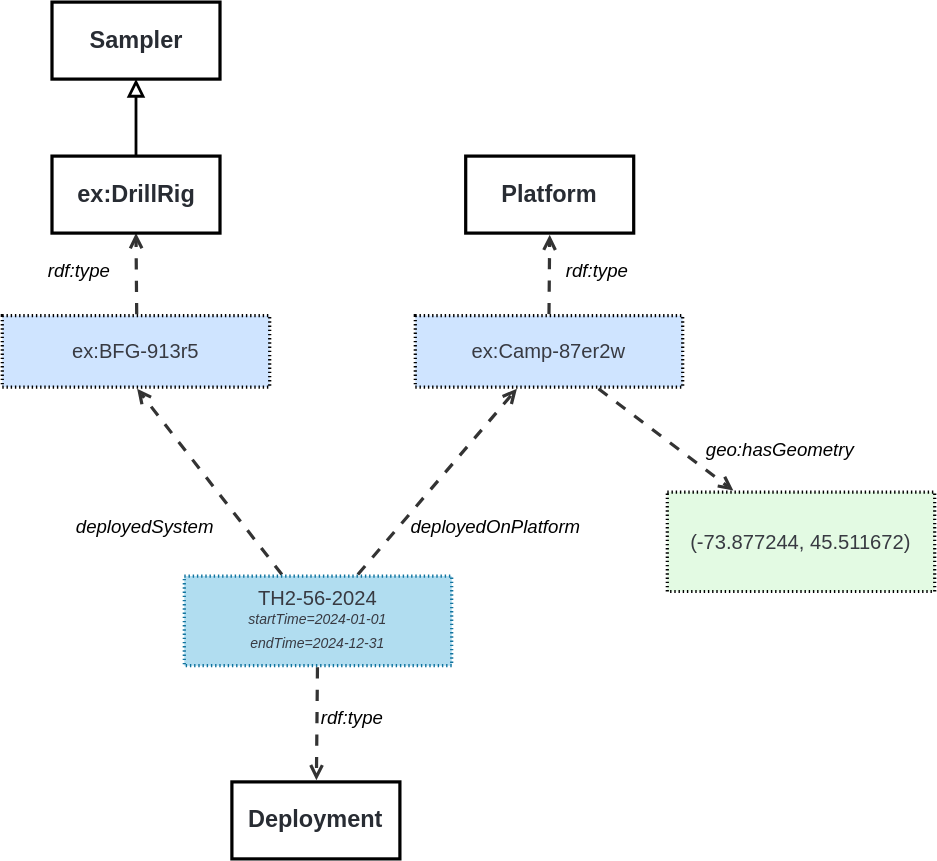
This is ssn/images/LocatedDeployment.svg from afeliachi/sdw-sosa-ssn, a draw.io export, as it was before one commit. Source tidied: cells renumbered, new cells last; positions are measured from the earlier drawing's top-left corner, leaving out a move shared by most shapes.
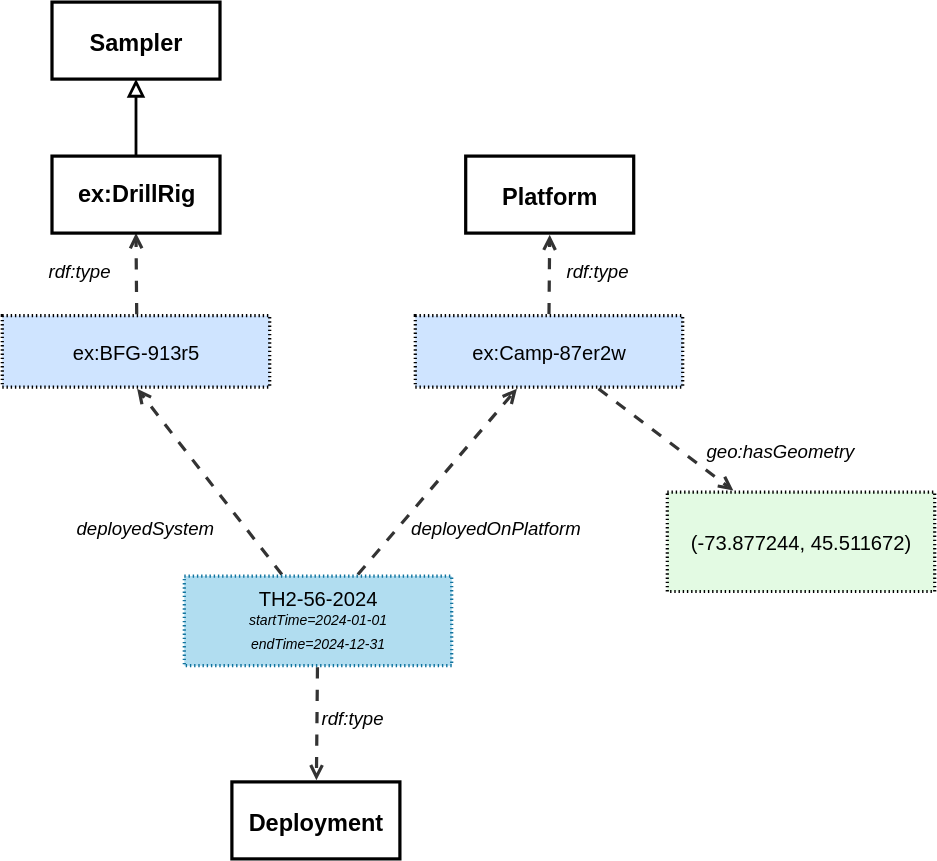
The same file after the commit.

The edit, as a diff of the source:
```diff
@@ -2,71 +2,71 @@
   <root>
     <mxCell id="0" />
     <mxCell id="1" parent="0" />
-    <mxCell id="2" style="html=1;jettySize=18;whiteSpace=wrap;fontSize=13;strokeColor=#333333;strokeOpacity=100;dashed=1;fixDash=1;dashPattern=8 8;strokeWidth=2.3;rounded=0;startArrow=none;endArrow=open;exitX=0.365;exitY=-0.018;exitPerimeter=0;entryX=0.609;entryY=1.022;entryPerimeter=0;lucidId=sctLujutS-8.;" parent="1" edge="1" source="5">
+    <mxCell id="2" style="html=1;jettySize=18;whiteSpace=wrap;fontSize=13;strokeColor=#333333;strokeOpacity=100;dashed=1;fixDash=1;dashPattern=8 8;strokeWidth=2.3;rounded=0;startArrow=none;endArrow=open;exitX=0.365;exitY=-0.018;exitPerimeter=0;entryX=0.609;entryY=1.022;entryPerimeter=0;lucidId=sctLujutS-8.;fontColor=default;convertToSvg=1;fontFamily=Helvetica;" parent="1" edge="1" source="5">
       <mxGeometry relative="1" as="geometry">
         <mxPoint x="96.3" y="276.1" as="targetPoint" />
       </mxGeometry>
     </mxCell>
-    <mxCell id="3" style="html=1;jettySize=18;whiteSpace=wrap;fontSize=13;strokeColor=#333333;strokeOpacity=100;dashed=1;fixDash=1;dashPattern=8 8;strokeWidth=2.3;rounded=0;startArrow=none;endArrow=open;exitX=0.649;exitY=-0.018;exitPerimeter=0;entryX=0.38;entryY=1.022;entryPerimeter=0;lucidId=sctLJVu9iMUp;" parent="1" edge="1" source="5" target="4">
+    <mxCell id="3" style="html=1;jettySize=18;whiteSpace=wrap;fontSize=13;strokeColor=#333333;strokeOpacity=100;dashed=1;fixDash=1;dashPattern=8 8;strokeWidth=2.3;rounded=0;startArrow=none;endArrow=open;exitX=0.649;exitY=-0.018;exitPerimeter=0;entryX=0.38;entryY=1.022;entryPerimeter=0;lucidId=sctLJVu9iMUp;fontColor=default;convertToSvg=1;fontFamily=Helvetica;" parent="1" edge="1" source="5" target="4">
       <mxGeometry relative="1" as="geometry" />
     </mxCell>
-    <mxCell id="4" value="&lt;span style=&quot;font-family: Helvetica;&quot;&gt;ex:Camp-87er2w&lt;/span&gt;" style="html=1;overflow=block;blockSpacing=1;whiteSpace=wrap;fontSize=14.4;fontFamily=DejaVu Sans Mono;fontColor=#383a42;align=center;spacing=0;strokeOpacity=100;fillOpacity=100;fillColor=#cfe4ff;dashed=1;fixDash=1;dashPattern=1 2;strokeWidth=2.3;" parent="1" vertex="1">
+    <mxCell id="4" value="&lt;span style=&quot;&quot;&gt;ex:Camp-87er2w&lt;/span&gt;" style="html=1;overflow=block;blockSpacing=1;whiteSpace=wrap;fontSize=14.4;fontFamily=Helvetica;fontColor=default;align=center;spacing=0;strokeOpacity=100;fillOpacity=100;fillColor=#cfe4ff;dashed=1;fixDash=1;dashPattern=1 2;strokeWidth=2.3;convertToSvg=1;" parent="1" vertex="1">
       <mxGeometry x="295" y="224" width="191" height="51" as="geometry" />
     </mxCell>
-    <mxCell id="5" value="&lt;div style=&quot;display: flex; justify-content: center; text-align: center; align-items: baseline; font-size: 0; line-height: 1.25;margin-top: -2px;&quot;&gt;&lt;span&gt;&lt;span style=&quot;font-size: 14.4px; color: rgb(56, 58, 66);&quot;&gt;&lt;font face=&quot;Helvetica&quot;&gt;TH2-56-2024&lt;br&gt;&lt;/font&gt;&lt;/span&gt;&lt;/span&gt;&lt;/div&gt;&lt;div style=&quot;display: flex; justify-content: center; text-align: center; align-items: baseline; font-size: 0; line-height: 1.25;margin-top: -2px;&quot;&gt;&lt;span&gt;&lt;span style=&quot;font-size: 13px; color: rgb(56, 58, 66);&quot;&gt;&lt;span style=&quot;font-size: 10px; color: rgb(56, 58, 66); font-style: italic;&quot;&gt;&lt;font face=&quot;Helvetica&quot;&gt;startTime=2024-01-01&lt;br&gt;endTime=2024-12-31&lt;/font&gt;&lt;/span&gt;&lt;/span&gt;&lt;/span&gt;&lt;/div&gt;" style="align=center;whiteSpace=wrap;overflow=block;blockSpacing=1;html=1;fontFamily=DejaVu Sans Mono;fontSize=13;spacing=0;strokeOpacity=100;fillOpacity=100;fillColor=#b1ddf0;dashed=1;fixDash=1;dashPattern=1 2;strokeWidth=2.3;strokeColor=#10739e;" parent="1" vertex="1">
+    <mxCell id="5" value="&lt;div style=&quot;display: flex; justify-content: center; text-align: center; align-items: baseline; font-size: 0; line-height: 1.25;margin-top: -2px;&quot;&gt;&lt;span&gt;&lt;span style=&quot;font-size: 14.4px;&quot;&gt;&lt;font&gt;TH2-56-2024&lt;br&gt;&lt;/font&gt;&lt;/span&gt;&lt;/span&gt;&lt;/div&gt;&lt;div style=&quot;display: flex; justify-content: center; text-align: center; align-items: baseline; font-size: 0; line-height: 1.25;margin-top: -2px;&quot;&gt;&lt;span&gt;&lt;span style=&quot;font-size: 13px;&quot;&gt;&lt;span style=&quot;font-size: 10px; font-style: italic;&quot;&gt;&lt;font&gt;startTime=2024-01-01&lt;br&gt;endTime=2024-12-31&lt;/font&gt;&lt;/span&gt;&lt;/span&gt;&lt;/span&gt;&lt;/div&gt;" style="align=center;whiteSpace=wrap;overflow=block;blockSpacing=1;html=1;fontFamily=Helvetica;fontSize=13;spacing=0;strokeOpacity=100;fillOpacity=100;fillColor=#b1ddf0;dashed=1;fixDash=1;dashPattern=1 2;strokeWidth=2.3;strokeColor=#10739e;fontColor=default;convertToSvg=1;" parent="1" vertex="1">
       <mxGeometry x="130" y="410" width="191" height="64" as="geometry" />
     </mxCell>
-    <mxCell id="6" value="Platform" style="html=1;overflow=block;blockSpacing=1;whiteSpace=wrap;fontSize=16.8;fontColor=#282c33;fontStyle=1;align=center;spacing=0;strokeOpacity=100;fillOpacity=0;fillColor=#000000;strokeWidth=2.3;" parent="1" vertex="1">
+    <mxCell id="6" value="Platform" style="html=1;overflow=block;blockSpacing=1;whiteSpace=wrap;fontSize=16.8;fontColor=default;fontStyle=1;align=center;spacing=0;strokeOpacity=100;fillOpacity=0;fillColor=#000000;strokeWidth=2.3;convertToSvg=1;fontFamily=Helvetica;" parent="1" vertex="1">
       <mxGeometry x="331" y="110" width="120" height="55" as="geometry" />
     </mxCell>
-    <mxCell id="7" value="Deployment" style="html=1;overflow=block;blockSpacing=1;whiteSpace=wrap;fontSize=16.8;fontColor=#282c33;fontStyle=1;align=center;spacing=0;strokeOpacity=100;fillOpacity=0;fillColor=#000000;strokeWidth=2.3;" parent="1" vertex="1">
+    <mxCell id="7" value="Deployment" style="html=1;overflow=block;blockSpacing=1;whiteSpace=wrap;fontSize=16.8;fontColor=default;fontStyle=1;align=center;spacing=0;strokeOpacity=100;fillOpacity=0;fillColor=#000000;strokeWidth=2.3;convertToSvg=1;fontFamily=Helvetica;" parent="1" vertex="1">
       <mxGeometry x="164" y="557" width="120" height="55" as="geometry" />
     </mxCell>
-    <mxCell id="8" value="deployedSystem" style="html=1;overflow=block;blockSpacing=1;whiteSpace=wrap;fontSize=13.3;fontStyle=2;align=left;spacing=3.8;verticalAlign=top;strokeColor=none;fillOpacity=0;fillColor=#ffffff;dashed=1;fixDash=1;dashPattern=16 6;strokeWidth=0;lucidId=kStLkB8U_8pj;" parent="1" vertex="1">
+    <mxCell id="8" value="deployedSystem" style="html=1;overflow=block;blockSpacing=1;whiteSpace=wrap;fontSize=13.3;fontStyle=2;align=left;spacing=3.8;verticalAlign=top;strokeColor=none;fillOpacity=0;fillColor=#ffffff;dashed=1;fixDash=1;dashPattern=16 6;strokeWidth=0;lucidId=kStLkB8U_8pj;fontColor=default;convertToSvg=1;fontFamily=Helvetica;" parent="1" vertex="1">
       <mxGeometry x="50" y="365" width="186" height="24" as="geometry" />
     </mxCell>
-    <mxCell id="9" value="deployedOnPlatform" style="html=1;overflow=block;blockSpacing=1;whiteSpace=wrap;fontSize=13.3;fontStyle=2;align=left;spacing=3.8;verticalAlign=top;strokeColor=none;fillOpacity=0;fillColor=#ffffff;dashed=1;fixDash=1;dashPattern=16 6;strokeWidth=0;lucidId=YStLV_qkxyaw;" parent="1" vertex="1">
+    <mxCell id="9" value="deployedOnPlatform" style="html=1;overflow=block;blockSpacing=1;whiteSpace=wrap;fontSize=13.3;fontStyle=2;align=left;spacing=3.8;verticalAlign=top;strokeColor=none;fillOpacity=0;fillColor=#ffffff;dashed=1;fixDash=1;dashPattern=16 6;strokeWidth=0;lucidId=YStLV_qkxyaw;fontColor=default;convertToSvg=1;fontFamily=Helvetica;" parent="1" vertex="1">
       <mxGeometry x="289" y="365" width="186" height="24" as="geometry" />
     </mxCell>
-    <mxCell id="10" style="html=1;jettySize=18;whiteSpace=wrap;fontSize=13;strokeColor=#333333;strokeOpacity=100;dashed=1;fixDash=1;dashPattern=8 8;strokeWidth=2.3;rounded=0;startArrow=none;endArrow=open;exitX=0.498;exitY=1.018;exitPerimeter=0;entryX=0.503;entryY=-0.021;entryPerimeter=0;lucidId=oTtLk.k-bgJs;" parent="1" edge="1" source="5" target="7">
+    <mxCell id="10" style="html=1;jettySize=18;whiteSpace=wrap;fontSize=13;strokeColor=#333333;strokeOpacity=100;dashed=1;fixDash=1;dashPattern=8 8;strokeWidth=2.3;rounded=0;startArrow=none;endArrow=open;exitX=0.498;exitY=1.018;exitPerimeter=0;entryX=0.503;entryY=-0.021;entryPerimeter=0;lucidId=oTtLk.k-bgJs;fontColor=default;convertToSvg=1;fontFamily=Helvetica;" parent="1" edge="1" source="5" target="7">
       <mxGeometry relative="1" as="geometry" />
     </mxCell>
-    <mxCell id="11" value="rdf:type" style="html=1;overflow=block;blockSpacing=1;whiteSpace=wrap;fontSize=13.3;fontStyle=2;align=left;spacing=3.8;verticalAlign=top;strokeColor=none;fillOpacity=0;fillColor=#ffffff;dashed=1;fixDash=1;dashPattern=16 6;strokeWidth=0;lucidId=PTtLEa9msLEy;" parent="1" vertex="1">
+    <mxCell id="11" value="rdf:type" style="html=1;overflow=block;blockSpacing=1;whiteSpace=wrap;fontSize=13.3;fontStyle=2;align=left;spacing=3.8;verticalAlign=top;strokeColor=none;fillOpacity=0;fillColor=#ffffff;dashed=1;fixDash=1;dashPattern=16 6;strokeWidth=0;lucidId=PTtLEa9msLEy;fontColor=default;convertToSvg=1;fontFamily=Helvetica;" parent="1" vertex="1">
       <mxGeometry x="400" y="182" width="70" height="28" as="geometry" />
     </mxCell>
-    <mxCell id="12" style="html=1;jettySize=18;whiteSpace=wrap;fontSize=13;strokeColor=#333333;strokeOpacity=100;dashed=1;fixDash=1;dashPattern=8 8;strokeWidth=2.3;rounded=0;startArrow=none;endArrow=open;exitX=0.5;exitY=-0.022;exitPerimeter=0;entryX=0.5;entryY=1.021;entryPerimeter=0;lucidId=-TtLfdlv07Q4;" parent="1" edge="1" source="4" target="6">
+    <mxCell id="12" style="html=1;jettySize=18;whiteSpace=wrap;fontSize=13;strokeColor=#333333;strokeOpacity=100;dashed=1;fixDash=1;dashPattern=8 8;strokeWidth=2.3;rounded=0;startArrow=none;endArrow=open;exitX=0.5;exitY=-0.022;exitPerimeter=0;entryX=0.5;entryY=1.021;entryPerimeter=0;lucidId=-TtLfdlv07Q4;fontColor=default;convertToSvg=1;fontFamily=Helvetica;" parent="1" edge="1" source="4" target="6">
       <mxGeometry relative="1" as="geometry" />
     </mxCell>
-    <mxCell id="13" value="rdf:type" style="html=1;overflow=block;blockSpacing=1;whiteSpace=wrap;fontSize=13.3;fontStyle=2;align=left;spacing=3.8;verticalAlign=top;strokeColor=none;fillOpacity=0;fillColor=#ffffff;dashed=1;fixDash=1;dashPattern=16 6;strokeWidth=0;lucidId=IUtLrM7hSAFz;" parent="1" vertex="1">
+    <mxCell id="13" value="rdf:type" style="html=1;overflow=block;blockSpacing=1;whiteSpace=wrap;fontSize=13.3;fontStyle=2;align=left;spacing=3.8;verticalAlign=top;strokeColor=none;fillOpacity=0;fillColor=#ffffff;dashed=1;fixDash=1;dashPattern=16 6;strokeWidth=0;lucidId=IUtLrM7hSAFz;fontColor=default;convertToSvg=1;fontFamily=Helvetica;" parent="1" vertex="1">
       <mxGeometry x="225" y="501" width="70" height="28" as="geometry" />
     </mxCell>
-    <mxCell id="14" value="&lt;font face=&quot;Helvetica&quot;&gt;(-73.877244, 45.511672)&lt;/font&gt;" style="points=[[0.247,-0.016,0]];html=1;overflow=block;blockSpacing=1;whiteSpace=wrap;fontSize=14.4;fontFamily=DejaVu Sans Mono;fontColor=#383a42;align=center;spacing=0;strokeOpacity=100;fillOpacity=100;fillColor=#e3fae3;dashed=1;fixDash=1;dashPattern=1 2;strokeWidth=2.3;" parent="1" vertex="1">
+    <mxCell id="14" value="&lt;font&gt;(-73.877244, 45.511672)&lt;/font&gt;" style="points=[[0.247,-0.016,0]];html=1;overflow=block;blockSpacing=1;whiteSpace=wrap;fontSize=14.4;fontFamily=Helvetica;fontColor=default;align=center;spacing=0;strokeOpacity=100;fillOpacity=100;fillColor=#e3fae3;dashed=1;fixDash=1;dashPattern=1 2;strokeWidth=2.3;convertToSvg=1;" parent="1" vertex="1">
       <mxGeometry x="475" y="350" width="191" height="71" as="geometry" />
     </mxCell>
-    <mxCell id="15" style="html=1;jettySize=18;whiteSpace=wrap;fontSize=13;strokeColor=#333333;strokeOpacity=100;dashed=1;fixDash=1;dashPattern=8 8;strokeWidth=2.3;rounded=0;startArrow=none;endArrow=open;exitX=0.685;exitY=1.022;exitPerimeter=0;entryX=0.247;entryY=-0.016;entryPerimeter=0;lucidId=ZYtLhyIyaS8z;" parent="1" edge="1" source="4" target="14">
+    <mxCell id="15" style="html=1;jettySize=18;whiteSpace=wrap;fontSize=13;strokeColor=#333333;strokeOpacity=100;dashed=1;fixDash=1;dashPattern=8 8;strokeWidth=2.3;rounded=0;startArrow=none;endArrow=open;exitX=0.685;exitY=1.022;exitPerimeter=0;entryX=0.247;entryY=-0.016;entryPerimeter=0;lucidId=ZYtLhyIyaS8z;fontColor=default;convertToSvg=1;fontFamily=Helvetica;" parent="1" edge="1" source="4" target="14">
       <mxGeometry relative="1" as="geometry" />
     </mxCell>
-    <mxCell id="16" value="geo:hasGeometry" style="html=1;overflow=block;blockSpacing=1;whiteSpace=wrap;fontSize=13.3;fontStyle=2;align=left;spacing=3.8;verticalAlign=top;strokeColor=none;fillOpacity=0;fillColor=#ffffff;dashed=1;fixDash=1;dashPattern=16 6;strokeWidth=0;lucidId=.YtLANzjclbX;" parent="1" vertex="1">
+    <mxCell id="16" value="geo:hasGeometry" style="html=1;overflow=block;blockSpacing=1;whiteSpace=wrap;fontSize=13.3;fontStyle=2;align=left;spacing=3.8;verticalAlign=top;strokeColor=none;fillOpacity=0;fillColor=#ffffff;dashed=1;fixDash=1;dashPattern=16 6;strokeWidth=0;lucidId=.YtLANzjclbX;fontColor=default;convertToSvg=1;fontFamily=Helvetica;" parent="1" vertex="1">
       <mxGeometry x="500" y="310" width="101" height="24" as="geometry" />
     </mxCell>
-    <mxCell id="17" value="&lt;font face=&quot;Helvetica&quot;&gt;ex:BFG-913r5&lt;/font&gt;" style="html=1;overflow=block;blockSpacing=1;whiteSpace=wrap;fontSize=14.4;fontFamily=DejaVu Sans Mono;fontColor=#383a42;align=center;spacing=0;strokeOpacity=100;fillOpacity=100;fillColor=#cfe4ff;dashed=1;fixDash=1;dashPattern=1 2;strokeWidth=2.3;" parent="1" vertex="1">
+    <mxCell id="17" value="&lt;font&gt;ex:BFG-913r5&lt;/font&gt;" style="html=1;overflow=block;blockSpacing=1;whiteSpace=wrap;fontSize=14.4;fontFamily=Helvetica;fontColor=default;align=center;spacing=0;strokeOpacity=100;fillOpacity=100;fillColor=#cfe4ff;dashed=1;fixDash=1;dashPattern=1 2;strokeWidth=2.3;convertToSvg=1;" parent="1" vertex="1">
       <mxGeometry y="224" width="191" height="51" as="geometry" />
     </mxCell>
-    <mxCell id="18" value="Sampler" style="html=1;overflow=block;blockSpacing=1;whiteSpace=wrap;fontSize=16.8;fontColor=#282c33;fontStyle=1;align=center;spacing=0;strokeOpacity=100;fillOpacity=0;fillColor=#000000;strokeWidth=2.3;" parent="1" vertex="1">
+    <mxCell id="18" value="Sampler" style="html=1;overflow=block;blockSpacing=1;whiteSpace=wrap;fontSize=16.8;fontColor=default;fontStyle=1;align=center;spacing=0;strokeOpacity=100;fillOpacity=0;fillColor=#000000;strokeWidth=2.3;convertToSvg=1;fontFamily=Helvetica;" parent="1" vertex="1">
       <mxGeometry x="35.5" width="120" height="55" as="geometry" />
     </mxCell>
-    <mxCell id="19" value="rdf:type" style="html=1;overflow=block;blockSpacing=1;whiteSpace=wrap;fontSize=13.3;fontStyle=2;align=left;spacing=3.8;verticalAlign=top;strokeColor=none;fillOpacity=0;fillColor=#ffffff;dashed=1;fixDash=1;dashPattern=16 6;strokeWidth=0;lucidId=0ZtLoD1I2n68;" parent="1" vertex="1">
+    <mxCell id="19" value="rdf:type" style="html=1;overflow=block;blockSpacing=1;whiteSpace=wrap;fontSize=13.3;fontStyle=2;align=left;spacing=3.8;verticalAlign=top;strokeColor=none;fillOpacity=0;fillColor=#ffffff;dashed=1;fixDash=1;dashPattern=16 6;strokeWidth=0;lucidId=0ZtLoD1I2n68;fontColor=default;convertToSvg=1;fontFamily=Helvetica;" parent="1" vertex="1">
       <mxGeometry x="30" y="182" width="70" height="28" as="geometry" />
     </mxCell>
-    <mxCell id="20" style="html=1;jettySize=18;whiteSpace=wrap;fontSize=13;strokeColor=#333333;strokeOpacity=100;dashed=1;fixDash=1;dashPattern=8 8;strokeWidth=2.3;rounded=0;startArrow=none;endArrow=open;entryX=0.5;entryY=1;lucidId=0ZtLjH5MFli1;entryDx=0;entryDy=0;" parent="1" edge="1" target="22">
+    <mxCell id="20" style="html=1;jettySize=18;whiteSpace=wrap;fontSize=13;strokeColor=#333333;strokeOpacity=100;dashed=1;fixDash=1;dashPattern=8 8;strokeWidth=2.3;rounded=0;startArrow=none;endArrow=open;entryX=0.5;entryY=1;lucidId=0ZtLjH5MFli1;entryDx=0;entryDy=0;fontColor=default;convertToSvg=1;fontFamily=Helvetica;" parent="1" edge="1" target="22">
       <mxGeometry relative="1" as="geometry">
         <mxPoint x="96" y="223" as="sourcePoint" />
       </mxGeometry>
     </mxCell>
-    <mxCell id="21" style="edgeStyle=orthogonalEdgeStyle;rounded=0;jettySize=auto;html=1;exitX=0.5;exitY=0;exitDx=0;exitDy=0;endArrow=block;endFill=0;strokeWidth=2;endSize=8;" parent="1" edge="1" source="22" target="18">
+    <mxCell id="21" style="edgeStyle=orthogonalEdgeStyle;rounded=0;jettySize=auto;html=1;exitX=0.5;exitY=0;exitDx=0;exitDy=0;endArrow=block;endFill=0;strokeWidth=2;endSize=8;fontColor=default;convertToSvg=1;fontFamily=Helvetica;" parent="1" edge="1" source="22" target="18">
       <mxGeometry relative="1" as="geometry" />
     </mxCell>
-    <mxCell id="22" value="ex:&lt;span style=&quot;background-color: transparent; color: light-dark(rgb(40, 44, 51), rgb(196, 200, 206));&quot;&gt;DrillRig&lt;/span&gt;" style="html=1;overflow=block;blockSpacing=1;whiteSpace=wrap;fontSize=16.8;fontColor=#282c33;fontStyle=1;align=center;spacing=0;strokeOpacity=100;fillOpacity=0;fillColor=#000000;strokeWidth=2.3;" parent="1" vertex="1">
+    <mxCell id="22" value="ex:&lt;span style=&quot;background-color: transparent;&quot;&gt;DrillRig&lt;/span&gt;" style="html=1;overflow=block;blockSpacing=1;whiteSpace=wrap;fontSize=16.8;fontColor=default;fontStyle=1;align=center;spacing=0;strokeOpacity=100;fillOpacity=0;fillColor=#000000;strokeWidth=2.3;convertToSvg=1;fontFamily=Helvetica;" parent="1" vertex="1">
       <mxGeometry x="35.5" y="110" width="120" height="55" as="geometry" />
     </mxCell>
   </root>
```
